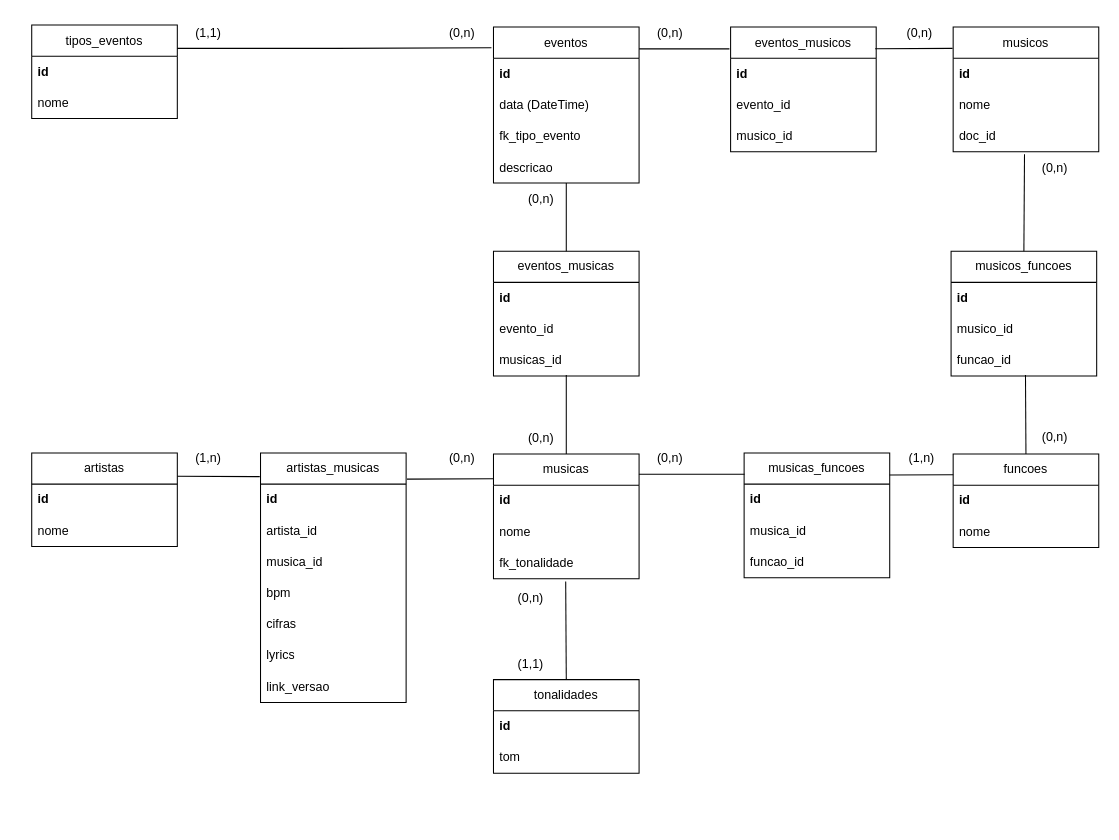
Earlier version of the draw.io diagram page "MER_ver4" (1 of 4) of modelo_entidade_relacionamento.drawio (gabriel-txt/EscalaCanto). Source tidied: cells renumbered, new cells numbered last; positions are measured from the earlier drawing's top-left corner, leaving out a move shared by most shapes. Both pictures are drawn from the tidied source at 104%, with x=0, y=0 at pixel (31, 17).
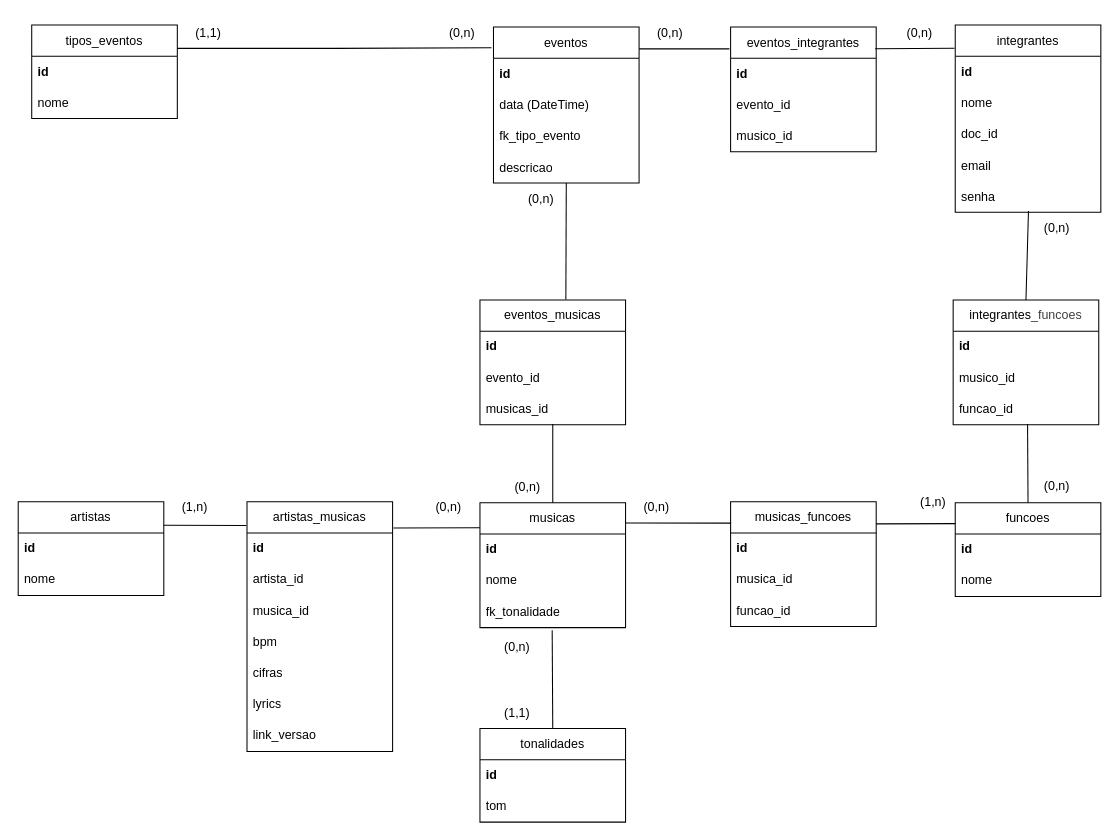
Above is the later version.

Commit message (it also covers changes not shown here):
CRUD de Integrantes realizado

The change refers to these unchanged cells:
```xml
<mxCell id="18" value="eventos" style="swimlane;fontStyle=0;horizontal=1;startSize=30;whiteSpace=wrap;html=1;" parent="1" vertex="1">
  <mxGeometry x="444" y="9.5" width="140" height="150" as="geometry" />
</mxCell>
<mxCell id="68" value="doc_id" style="text;strokeColor=none;fillColor=none;align=left;verticalAlign=middle;spacingLeft=4;spacingRight=4;overflow=hidden;points=[[0,0.5],[1,0.5]];portConstraint=eastwest;whiteSpace=wrap;html=1;" parent="65" vertex="1">
  <mxGeometry y="90" width="140" height="30" as="geometry" />
</mxCell>
```

Diff of the diagram source:
```diff
@@
     <mxCell id="2" value="(1,1)" style="text;html=1;align=center;verticalAlign=middle;whiteSpace=wrap;rounded=0;" parent="1" vertex="1">
-      <mxGeometry x="450" y="607" width="60" height="30" as="geometry" />
+      <mxGeometry x="437" y="654" width="60" height="30" as="geometry" />
     </mxCell>
     <mxCell id="3" value="(1,n)" style="text;html=1;align=center;verticalAlign=middle;whiteSpace=wrap;rounded=0;" parent="1" vertex="1">
-      <mxGeometry x="140" y="409" width="60" height="30" as="geometry" />
+      <mxGeometry x="127" y="456" width="60" height="30" as="geometry" />
     </mxCell>
     <mxCell id="4" style="group;" parent="1" vertex="1">
-      <mxGeometry x="450" y="544" width="60" height="30" as="geometry" />
+      <mxGeometry x="437" y="591" width="60" height="30" as="geometry" />
     </mxCell>
@@
     <mxCell id="6" value="(0,n)" style="text;html=1;align=center;verticalAlign=middle;whiteSpace=wrap;rounded=0;" parent="1" vertex="1">
-      <mxGeometry x="584" y="409" width="60" height="30" as="geometry" />
+      <mxGeometry x="571" y="456" width="60" height="30" as="geometry" />
     </mxCell>
     <mxCell id="7" value="(1,n)" style="text;html=1;align=center;verticalAlign=middle;whiteSpace=wrap;rounded=0;" parent="1" vertex="1">
-      <mxGeometry x="826" y="409" width="60" height="30" as="geometry" />
+      <mxGeometry x="837" y="452" width="60" height="30" as="geometry" />
     </mxCell>
@@
     <mxCell id="9" value="(0,n)" style="text;html=1;align=center;verticalAlign=middle;whiteSpace=wrap;rounded=0;" parent="1" vertex="1">
-      <mxGeometry x="954" y="129.5" width="60" height="30" as="geometry" />
+      <mxGeometry x="956" y="187.5" width="60" height="30" as="geometry" />
     </mxCell>
@@
     <mxCell id="11" value="(0,n)" style="text;html=1;align=center;verticalAlign=middle;whiteSpace=wrap;rounded=0;" parent="1" vertex="1">
-      <mxGeometry x="460" y="390" width="60" height="30" as="geometry" />
+      <mxGeometry x="447" y="437" width="60" height="30" as="geometry" />
     </mxCell>
     <mxCell id="12" value="(0,n)" style="text;html=1;align=center;verticalAlign=middle;whiteSpace=wrap;rounded=0;" parent="1" vertex="1">
-      <mxGeometry x="954" y="389" width="60" height="30" as="geometry" />
+      <mxGeometry x="956" y="436" width="60" height="30" as="geometry" />
     </mxCell>
@@
     <mxCell id="24" value="artistas" style="swimlane;fontStyle=0;horizontal=1;startSize=30;whiteSpace=wrap;html=1;" parent="1" vertex="1">
-      <mxGeometry y="419" width="140" height="90" as="geometry" />
+      <mxGeometry x="-13" y="466" width="140" height="90" as="geometry" />
     </mxCell>
@@
     <mxCell id="27" value="artistas_musicas" style="swimlane;fontStyle=0;horizontal=1;startSize=30;whiteSpace=wrap;html=1;" parent="1" vertex="1">
-      <mxGeometry x="220" y="419" width="140" height="240" as="geometry" />
+      <mxGeometry x="207" y="466" width="140" height="240" as="geometry" />
     </mxCell>
@@
     <mxCell id="35" value="musicas" style="swimlane;fontStyle=0;horizontal=1;startSize=30;whiteSpace=wrap;html=1;" parent="1" vertex="1">
-      <mxGeometry x="444" y="420" width="140" height="120" as="geometry" />
+      <mxGeometry x="431" y="467" width="140" height="120" as="geometry" />
     </mxCell>
@@
     <mxCell id="40" value="(0,n)" style="text;html=1;align=center;verticalAlign=middle;whiteSpace=wrap;rounded=0;" parent="1" vertex="1">
-      <mxGeometry x="384" y="409" width="60" height="30" as="geometry" />
+      <mxGeometry x="371" y="456" width="60" height="30" as="geometry" />
     </mxCell>
     <mxCell id="41" value="eventos_musicas" style="swimlane;fontStyle=0;horizontal=1;startSize=30;whiteSpace=wrap;html=1;" parent="1" vertex="1">
-      <mxGeometry x="444" y="225" width="140" height="120" as="geometry" />
+      <mxGeometry x="431" y="272" width="140" height="120" as="geometry" />
     </mxCell>
@@
-    <mxCell id="45" style="endArrow=none;html=1;exitX=0.5;exitY=0;exitDx=0;exitDy=0;entryX=0.5;entryY=1;entryDx=0;entryDy=0;" parent="1" edge="1" source="41" target="18">
+    <mxCell id="45" style="endArrow=none;html=1;exitX=0.59;exitY=-0.004;exitDx=0;exitDy=0;entryX=0.5;entryY=1;entryDx=0;entryDy=0;exitPerimeter=0;" parent="1" edge="1" source="41" target="18">
       <mxGeometry relative="1" as="geometry" />
     </mxCell>
@@
     <mxCell id="48" value="tonalidades" style="swimlane;fontStyle=0;horizontal=1;startSize=30;whiteSpace=wrap;html=1;" parent="1" vertex="1">
-      <mxGeometry x="444" y="637" width="140" height="90" as="geometry" />
+      <mxGeometry x="431" y="684" width="140" height="90" as="geometry" />
     </mxCell>
@@
     <mxCell id="52" value="musicas_funcoes" style="swimlane;fontStyle=0;horizontal=1;startSize=30;whiteSpace=wrap;html=1;" parent="1" vertex="1">
-      <mxGeometry x="685" y="419" width="140" height="120" as="geometry" />
+      <mxGeometry x="672" y="466" width="140" height="120" as="geometry" />
     </mxCell>
@@
     <mxCell id="56" value="funcoes" style="swimlane;fontStyle=0;horizontal=1;startSize=30;whiteSpace=wrap;html=1;" parent="1" vertex="1">
-      <mxGeometry x="886" y="420" width="140" height="90" as="geometry" />
+      <mxGeometry x="888" y="467" width="140" height="90" as="geometry" />
     </mxCell>
@@
-    <mxCell id="61" value="eventos_musicos" style="swimlane;fontStyle=0;horizontal=1;startSize=30;whiteSpace=wrap;html=1;" parent="1" vertex="1">
+    <mxCell id="61" value="eventos_integrantes" style="swimlane;fontStyle=0;horizontal=1;startSize=30;whiteSpace=wrap;html=1;" parent="1" vertex="1">
       <mxGeometry x="672" y="9.5" width="140" height="120" as="geometry" />
     </mxCell>
@@
-    <mxCell id="65" value="musicos" style="swimlane;fontStyle=0;horizontal=1;startSize=30;whiteSpace=wrap;html=1;" parent="1" vertex="1">
-      <mxGeometry x="886" y="9.5" width="140" height="120" as="geometry" />
+    <mxCell id="65" value="integrantes" style="swimlane;fontStyle=0;horizontal=1;startSize=30;whiteSpace=wrap;html=1;" parent="1" vertex="1">
+      <mxGeometry x="888" y="7.5" width="140" height="180" as="geometry" />
     </mxCell>
@@
+    <mxCell id="78" value="email" style="text;strokeColor=none;fillColor=none;align=left;verticalAlign=middle;spacingLeft=4;spacingRight=4;overflow=hidden;whiteSpace=wrap;html=1;" parent="65" vertex="1">
+      <mxGeometry y="120" width="140" height="30" as="geometry" />
+    </mxCell>
+    <mxCell id="79" value="senha" style="text;strokeColor=none;fillColor=none;align=left;verticalAlign=middle;spacingLeft=4;spacingRight=4;overflow=hidden;points=[[0,0.5],[1,0.5]];portConstraint=eastwest;whiteSpace=wrap;html=1;" parent="65" vertex="1">
+      <mxGeometry y="150" width="140" height="30" as="geometry" />
+    </mxCell>
@@
-    <mxCell id="71" style="endArrow=none;html=1;exitX=0.993;exitY=0.174;exitDx=0;exitDy=0;exitPerimeter=0;entryX=-0.004;entryY=0.171;entryDx=0;entryDy=0;entryPerimeter=0;" parent="1" edge="1" source="61" target="65">
+    <mxCell id="71" style="endArrow=none;html=1;exitX=0.993;exitY=0.174;exitDx=0;exitDy=0;exitPerimeter=0;entryX=-0.005;entryY=0.124;entryDx=0;entryDy=0;entryPerimeter=0;" parent="1" edge="1" source="61" target="65">
       <mxGeometry relative="1" as="geometry" />
     </mxCell>
-    <mxCell id="72" value="musicos_funcoes" style="swimlane;fontStyle=0;horizontal=1;startSize=30;whiteSpace=wrap;html=1;" parent="1" vertex="1">
-      <mxGeometry x="884" y="225" width="140" height="120" as="geometry" />
+    <mxCell id="72" value="integrantes&lt;span style=&quot;color: rgb(63, 63, 63); background-color: transparent;&quot;&gt;_funcoes&lt;/span&gt;" style="swimlane;fontStyle=0;horizontal=1;startSize=30;whiteSpace=wrap;html=1;" parent="1" vertex="1">
+      <mxGeometry x="886" y="272" width="140" height="120" as="geometry" />
     </mxCell>
@@
-    <mxCell id="76" style="endArrow=none;html=1;entryX=0.49;entryY=1.076;entryDx=0;entryDy=0;entryPerimeter=0;exitX=0.5;exitY=0;exitDx=0;exitDy=0;" parent="1" edge="1" source="72" target="68">
+    <mxCell id="76" style="endArrow=none;html=1;entryX=0.503;entryY=0.963;entryDx=0;entryDy=0;entryPerimeter=0;exitX=0.5;exitY=0;exitDx=0;exitDy=0;" parent="1" edge="1" source="72" target="79">
       <mxGeometry relative="1" as="geometry" />
     </mxCell>
```
